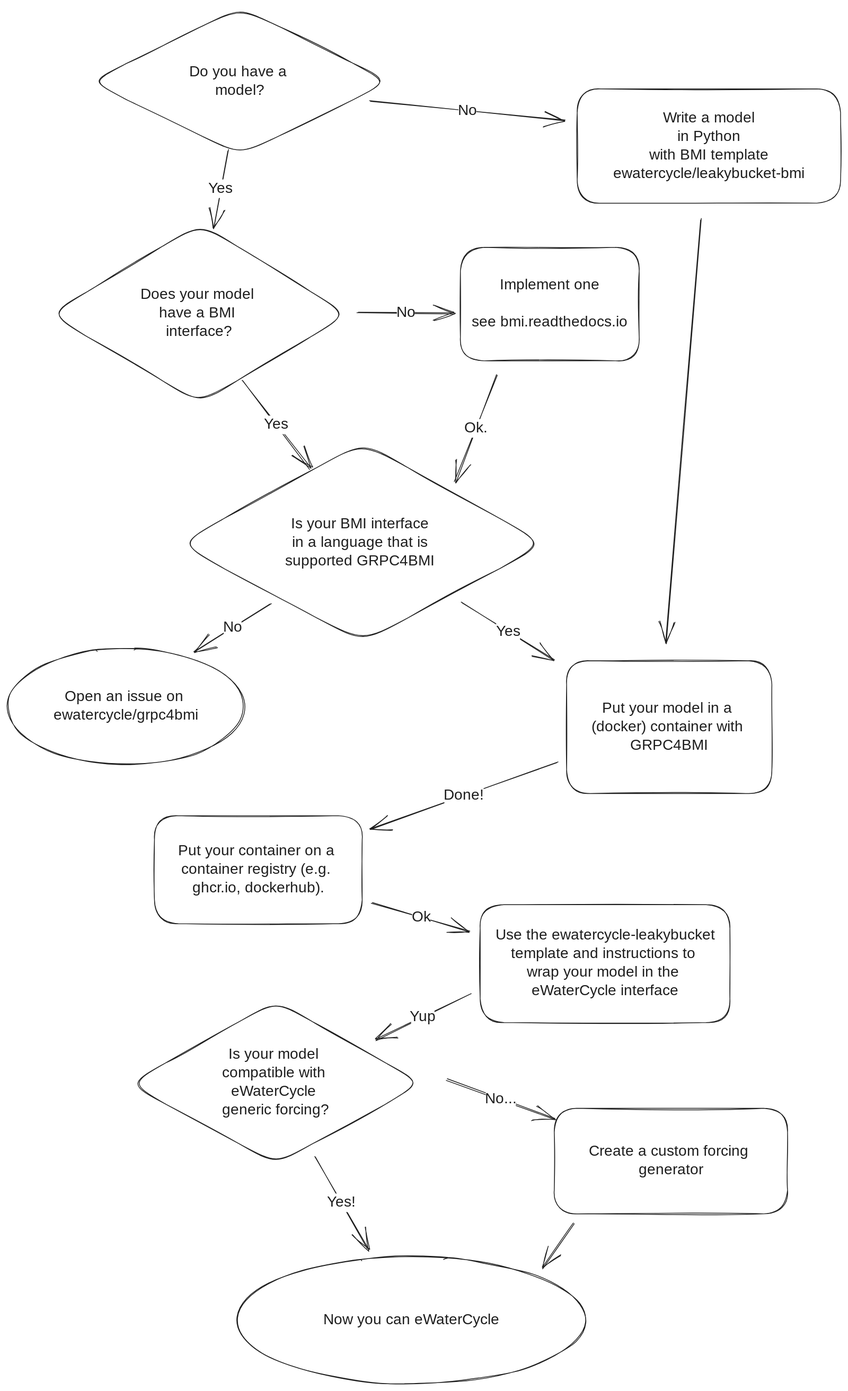
This is docs/_static/flowchart_ewatercycle.excalidraw.svg from eWaterCycle/ewatercycle, a Excalidraw export, as it was before one commit. Source tidied: one line per element, renumbered; positions are measured from the earlier drawing's top-left corner, leaving out a move shared by most shapes.
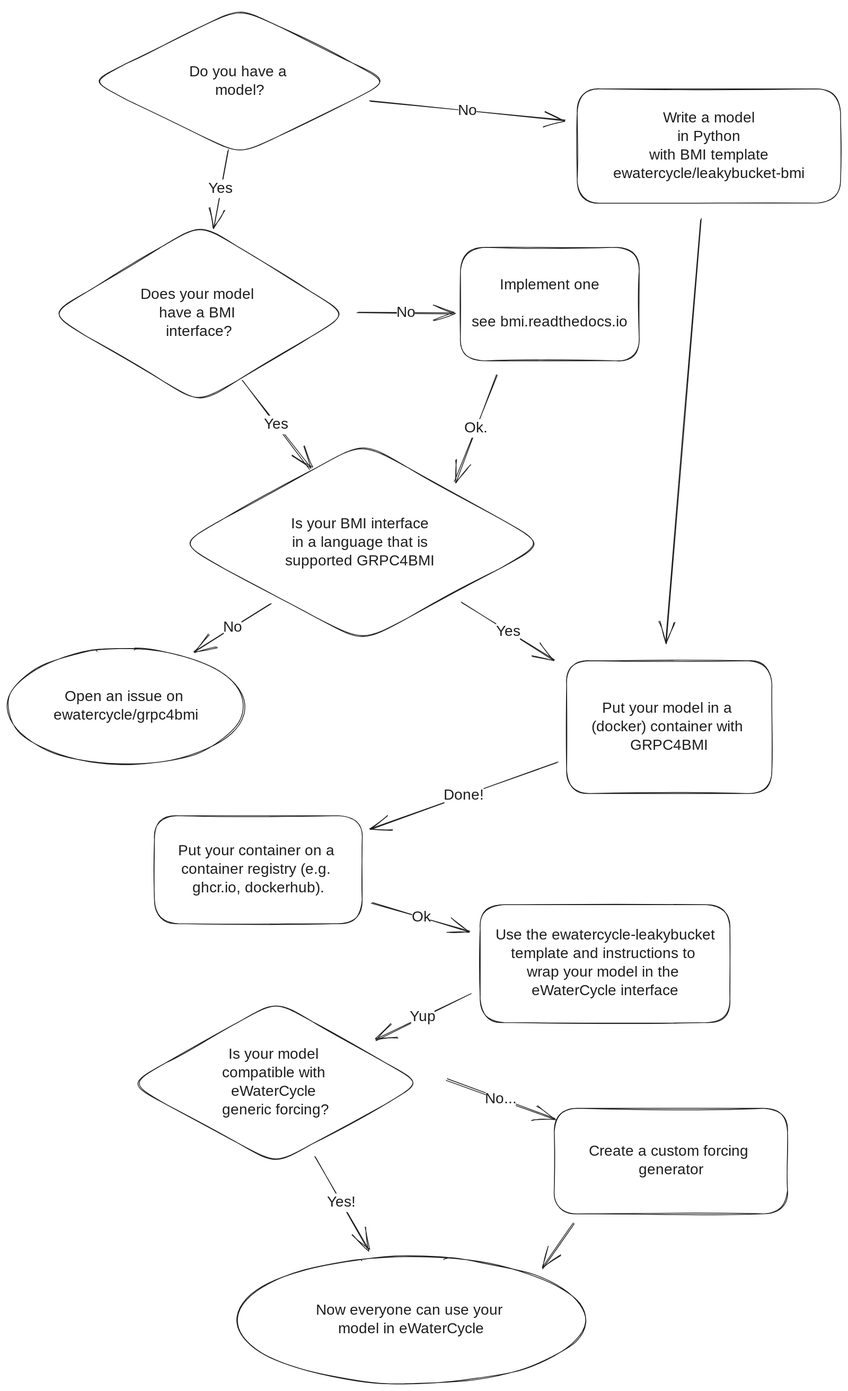
The same diagram one commit later.

Commit message:
Now everyone can use your model in eWaterCycle

Diff of the diagram source:
```diff
@@ -40,7 +40,7 @@
 {"id": 39, "type": "arrow", "strokeColor": "#1e1e1e", "strokeWidth": 1, "roughness": 1, "endArrowhead": "arrow", "round": true, "from": 29, "to": 37, "x": 624, "y": 1330, "width": 128, "height": 62, "points": [[0, 0], [-128, 62]]}
 {"id": 40, "type": "text", "text": "Yup", "strokeColor": "#1e1e1e", "strokeWidth": 1, "roughness": 1, "fontSize": 20, "fontFamily": 1, "textAlign": "center", "verticalAlign": "middle", "inside": 39, "x": 556, "y": 1395, "width": 32, "height": 25}
 {"id": 41, "type": "ellipse", "strokeColor": "#1e1e1e", "backgroundColor": "#ffffff", "fillStyle": "solid", "strokeWidth": 1, "roughness": 1, "round": true, "x": 309, "y": 1684, "width": 470, "height": 171}
-{"id": 42, "type": "text", "text": "Now you can eWaterCycle", "strokeColor": "#1e1e1e", "strokeWidth": 1, "roughness": 1, "fontSize": 20, "fontFamily": 1, "textAlign": "center", "verticalAlign": "middle", "inside": 41, "x": 420, "y": 1757, "width": 249, "height": 25}
+{"id": 42, "type": "text", "text": "Now everyone can use your \nmodel in eWaterCycle", "strokeColor": "#1e1e1e", "strokeWidth": 1, "roughness": 1, "fontSize": 20, "fontFamily": 1, "textAlign": "center", "verticalAlign": "middle", "inside": 41, "x": 407, "y": 1745, "width": 274, "height": 50}
 {"id": 43, "type": "arrow", "strokeColor": "#1e1e1e", "strokeWidth": 1, "roughness": 1, "endArrowhead": "arrow", "round": true, "from": 37, "to": 41, "x": 414, "y": 1550, "width": 72, "height": 124, "points": [[0, 0], [72, 124]]}
 {"id": 44, "type": "text", "text": "Yes!", "strokeColor": "#1e1e1e", "strokeWidth": 1, "roughness": 1, "fontSize": 20, "fontFamily": 1, "textAlign": "center", "verticalAlign": "middle", "inside": 43, "x": 390, "y": 1674, "width": 38, "height": 25}
 {"id": 45, "type": "rectangle", "strokeColor": "#1e1e1e", "backgroundColor": "#ffffff", "fillStyle": "solid", "strokeWidth": 1, "roughness": 1, "round": true, "x": 737, "y": 1484, "width": 314, "height": 142}
```
